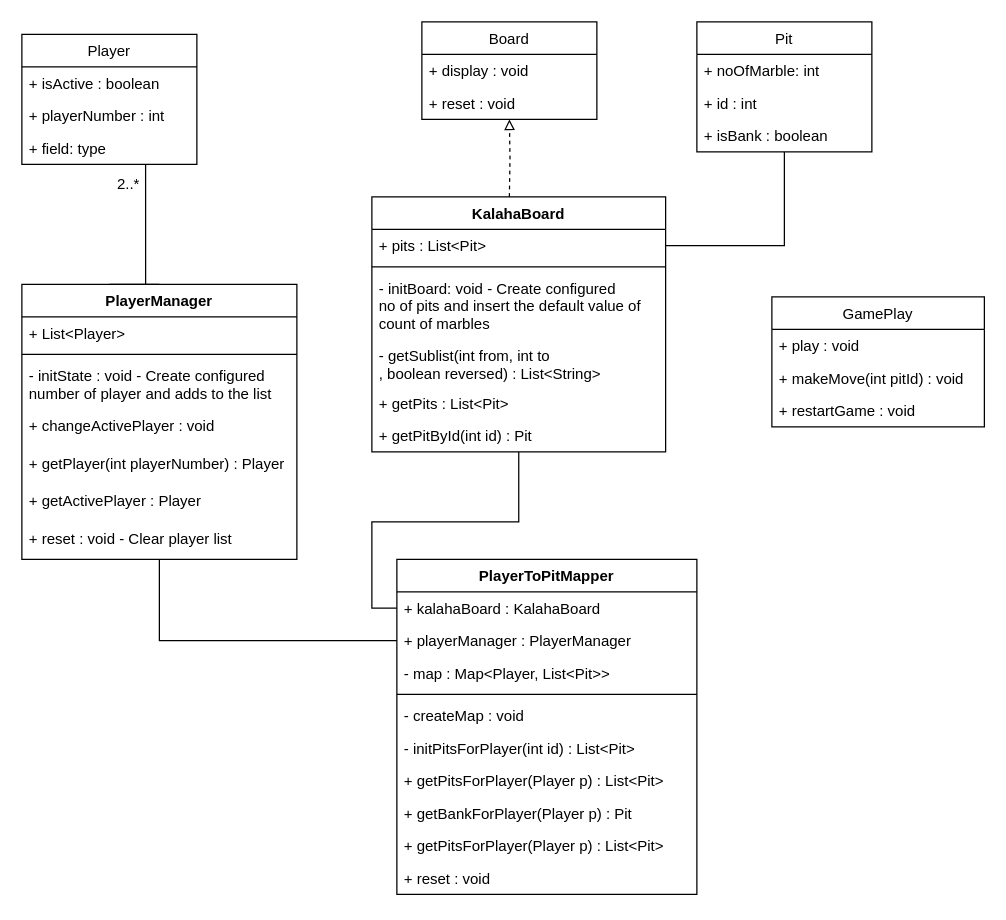
Above: Kalaha Game.drawio in schauhan16/KalahaGame (draw.io), before the change. Source tidied: cells renumbered, new cells numbered last; positions are measured from the earlier drawing's top-left corner, leaving out a move shared by most shapes. Both pictures are drawn from the tidied source at 125%, with x=0, y=0 at pixel (21, 21).
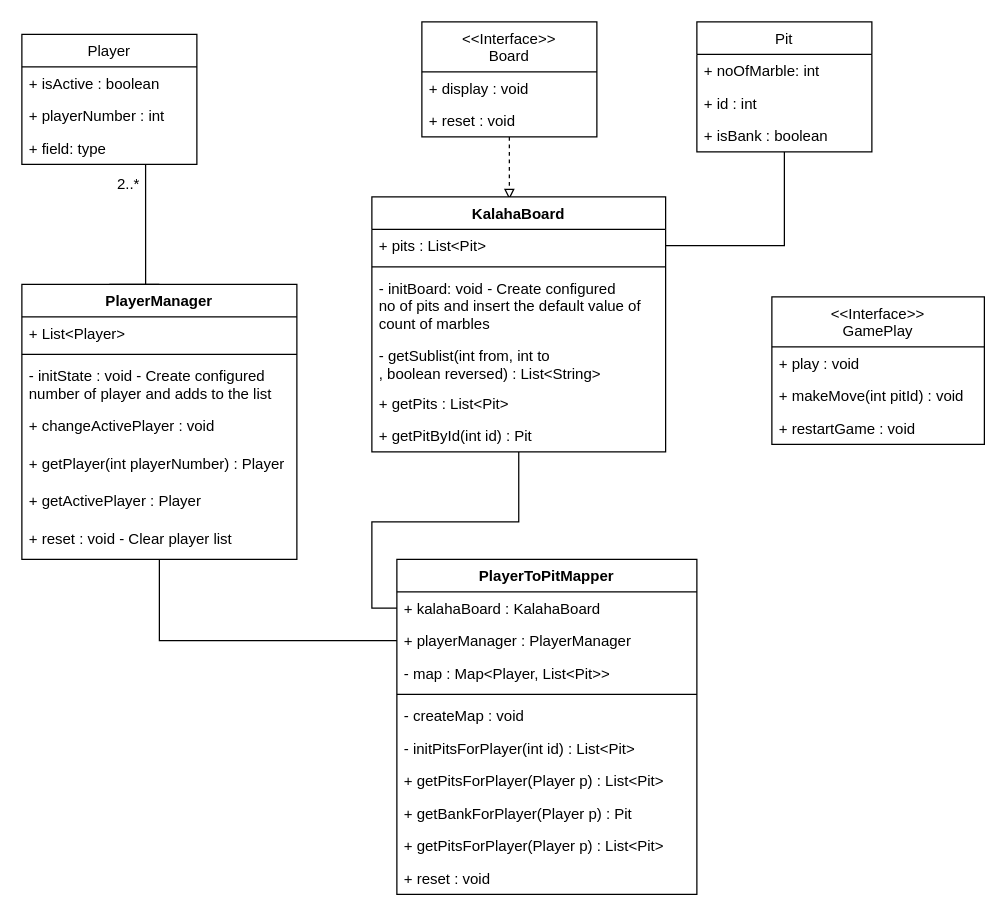
Above is the later version.

Unchanged cells that the change refers to:
```xml
<mxCell id="22" style="group;" parent="1" vertex="1">
  <mxGeometry x="280" width="280" height="344" as="geometry" />
</mxCell>
<mxCell id="27" value="KalahaBoard" style="swimlane;fontStyle=1;align=center;verticalAlign=top;horizontal=1;startSize=26;rounded=0;" parent="22" vertex="1">
  <mxGeometry y="140" width="235" height="204" as="geometry" />
</mxCell>
```

Change to the diagram source:
```diff
@@
+    <mxCell id="52" style="edgeStyle=orthogonalEdgeStyle;rounded=0;jettySize=auto;html=1;entryX=0.468;entryY=0.01;entryDx=0;entryDy=0;entryPerimeter=0;endArrow=block;endFill=0;strokeWidth=1;dashed=1;" parent="22" edge="1" source="23" target="27">
+      <mxGeometry relative="1" as="geometry" />
+    </mxCell>
-    <mxCell id="23" value="Board" style="swimlane;fontStyle=0;horizontal=1;startSize=26;fillColor=none;rounded=0;" parent="22" vertex="1">
-      <mxGeometry x="40" width="140" height="78" as="geometry" />
+    <mxCell id="23" value="&lt;&lt;Interface&gt;&gt;&#10;Board" style="swimlane;fontStyle=0;horizontal=1;startSize=40;fillColor=none;rounded=0;" parent="22" vertex="1">
+      <mxGeometry x="40" width="140" height="92" as="geometry" />
     </mxCell>
     <mxCell id="24" value="+ display : void" style="text;strokeColor=none;fillColor=none;align=left;verticalAlign=top;spacingLeft=4;spacingRight=4;overflow=hidden;" parent="23" vertex="1">
-      <mxGeometry y="26" width="140" height="26" as="geometry" />
+      <mxGeometry y="40" width="140" height="26" as="geometry" />
     </mxCell>
     <mxCell id="25" value="+ reset : void" style="text;strokeColor=none;fillColor=none;align=left;verticalAlign=top;spacingLeft=4;spacingRight=4;overflow=hidden;" parent="23" vertex="1">
-      <mxGeometry y="52" width="140" height="26" as="geometry" />
+      <mxGeometry y="66" width="140" height="26" as="geometry" />
     </mxCell>
-    <mxCell id="26" style="edgeStyle=orthogonalEdgeStyle;rounded=0;jettySize=auto;html=1;entryX=0.5;entryY=1;entryDx=0;entryDy=0;endArrow=block;endFill=0;dashed=1;" parent="22" edge="1" target="23">
-      <mxGeometry relative="1" as="geometry">
-        <mxPoint x="110" y="140" as="sourcePoint" />
-      </mxGeometry>
-    </mxCell>
@@
-    <mxCell id="48" value="GamePlay" style="swimlane;fontStyle=0;horizontal=1;startSize=26;fillColor=none;rounded=0;" parent="1" vertex="1">
-      <mxGeometry x="600" y="220" width="170" height="104" as="geometry" />
+    <mxCell id="48" value="&lt;&lt;Interface&gt;&gt;&#10;GamePlay" style="swimlane;fontStyle=0;horizontal=1;startSize=40;fillColor=none;rounded=0;" parent="1" vertex="1">
+      <mxGeometry x="600" y="220" width="170" height="118" as="geometry" />
     </mxCell>
     <mxCell id="49" value="+ play : void" style="text;strokeColor=none;fillColor=none;align=left;verticalAlign=top;spacingLeft=4;spacingRight=4;overflow=hidden;" parent="48" vertex="1">
-      <mxGeometry y="26" width="170" height="26" as="geometry" />
+      <mxGeometry y="40" width="170" height="26" as="geometry" />
     </mxCell>
     <mxCell id="50" value="+ makeMove(int pitId) : void" style="text;strokeColor=none;fillColor=none;align=left;verticalAlign=top;spacingLeft=4;spacingRight=4;overflow=hidden;" parent="48" vertex="1">
-      <mxGeometry y="52" width="170" height="26" as="geometry" />
+      <mxGeometry y="66" width="170" height="26" as="geometry" />
     </mxCell>
     <mxCell id="51" value="+ restartGame : void" style="text;strokeColor=none;fillColor=none;align=left;verticalAlign=top;spacingLeft=4;spacingRight=4;overflow=hidden;" parent="48" vertex="1">
-      <mxGeometry y="78" width="170" height="26" as="geometry" />
+      <mxGeometry y="92" width="170" height="26" as="geometry" />
     </mxCell>
```
